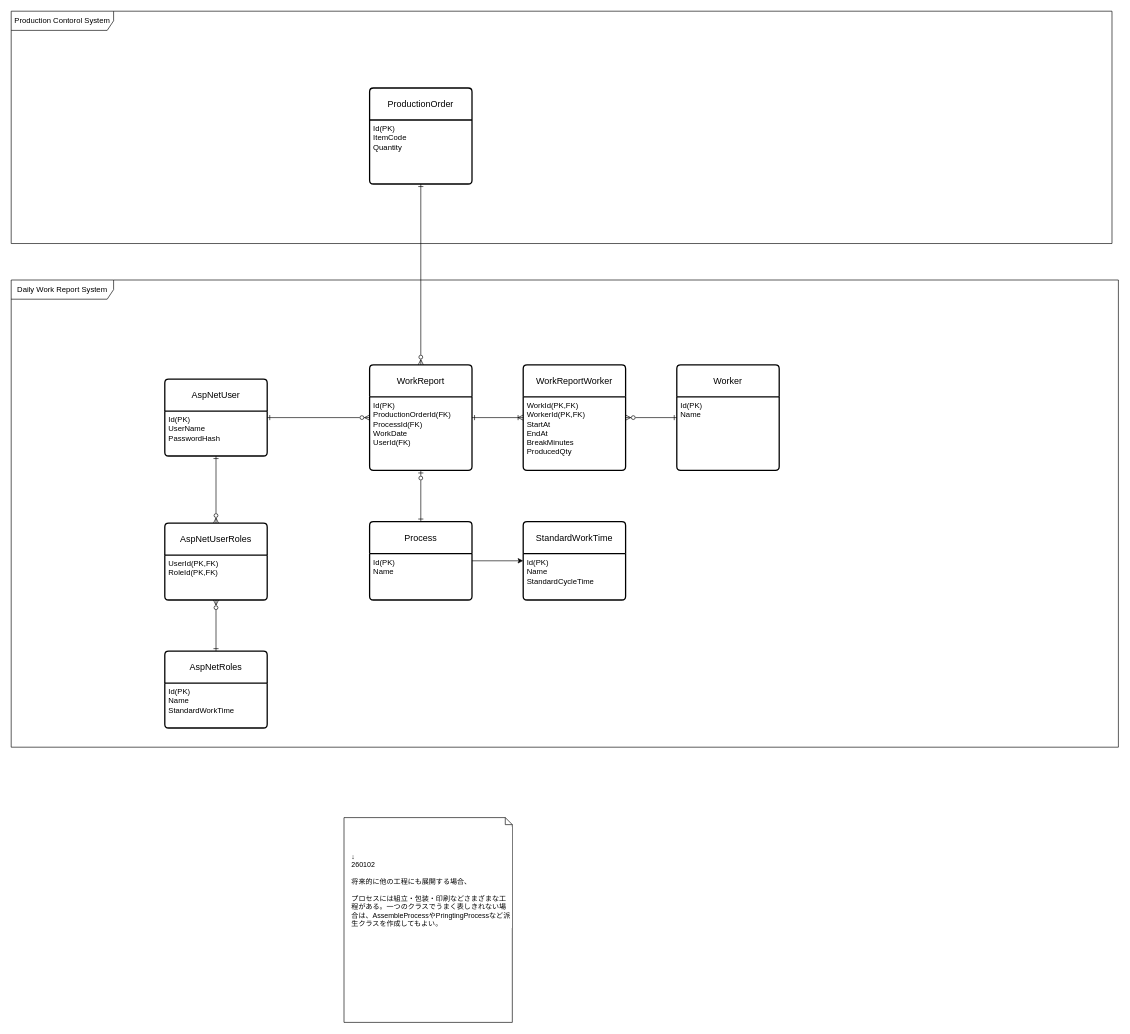
Above: docs/er.drawio in junyatanak/work-report-system (draw.io), before the change. Source tidied: cells renumbered, new cells numbered last; positions are measured from the earlier drawing's top-left corner, leaving out a move shared by most shapes. Both pictures are drawn from the tidied source at 64%, with x=0, y=0 at pixel (11, 11).
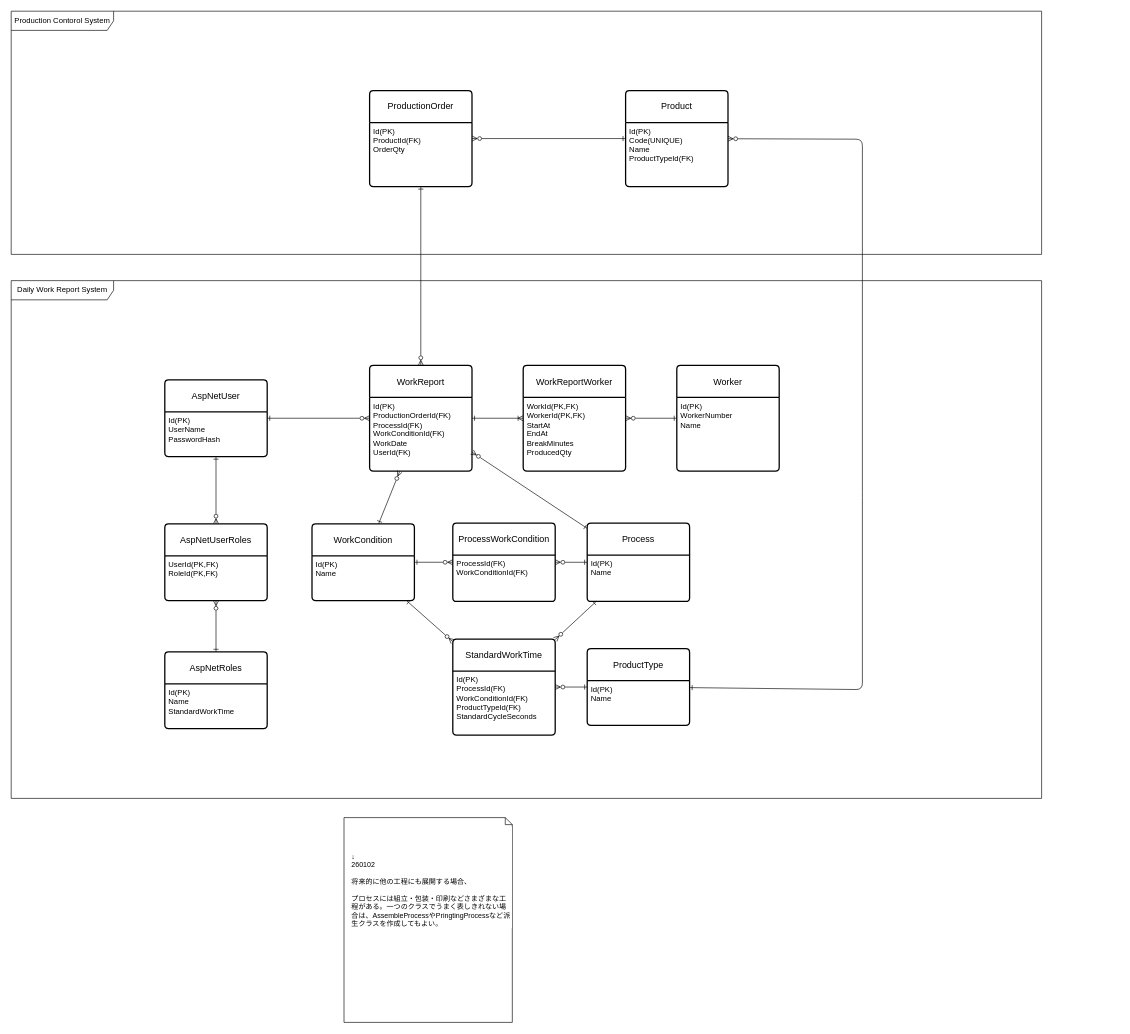
After the change.

Commit message:
editing er diagram

Unchanged cells that the change refers to:
```xml
<mxCell id="14" value="WorkReport" style="swimlane;horizontal=1;startSize=50;rounded=1;fontSize=14;fontStyle=0;strokeWidth=2;shadow=0;dashed=0;align=center;arcSize=4;whiteSpace=wrap;html=1;" parent="2" vertex="1">
  <mxGeometry x="560" y="132.5" width="160" height="165" as="geometry" />
</mxCell>
<mxCell id="19" value="Worker" style="swimlane;horizontal=1;startSize=50;rounded=1;fontSize=14;fontStyle=0;strokeWidth=2;shadow=0;dashed=0;align=center;arcSize=4;whiteSpace=wrap;html=1;" parent="2" vertex="1">
  <mxGeometry x="1040" y="132.5" width="160" height="165" as="geometry" />
</mxCell>
```

The edit, as a diff of the source:
```diff
@@
     <mxCell id="2" value="Daily Work Report System" style="shape=umlFrame;whiteSpace=wrap;html=1;width=160;" parent="1" vertex="1">
-      <mxGeometry y="420" width="1730" height="730" as="geometry" />
+      <mxGeometry y="421" width="1610" height="809" as="geometry" />
     </mxCell>
@@
-    <mxCell id="13" style="edgeStyle=none;shape=connector;rounded=1;html=1;strokeColor=default;align=center;verticalAlign=middle;fontFamily=Helvetica;fontSize=11;fontColor=default;labelBackgroundColor=default;endArrow=ERone;endFill=0;startArrow=ERzeroToOne;startFill=0;" parent="2" edge="1" source="14" target="22">
+    <mxCell id="13" style="edgeStyle=none;shape=connector;rounded=1;html=1;strokeColor=default;align=center;verticalAlign=middle;fontFamily=Helvetica;fontSize=11;fontColor=default;labelBackgroundColor=default;endArrow=ERone;endFill=0;startArrow=ERzeroToMany;startFill=0;" parent="2" edge="1" source="14" target="22">
       <mxGeometry relative="1" as="geometry" />
     </mxCell>
+    <mxCell id="31" style="edgeStyle=none;html=1;endArrow=ERone;endFill=0;startArrow=ERzeroToMany;startFill=0;" parent="2" edge="1" target="34">
+      <mxGeometry relative="1" as="geometry">
+        <mxPoint x="607" y="298" as="sourcePoint" />
+      </mxGeometry>
+    </mxCell>
@@
-    <mxCell id="15" value="Id(PK)&lt;div&gt;&lt;font color=&quot;#000000&quot;&gt;ProductionOrderId(FK)&lt;/font&gt;&lt;/div&gt;&lt;div&gt;&lt;font color=&quot;#000000&quot;&gt;ProcessId(FK)&lt;/font&gt;&lt;/div&gt;&lt;div&gt;&lt;font color=&quot;#000000&quot;&gt;WorkDate&lt;/font&gt;&lt;/div&gt;&lt;div&gt;UserId(FK)&lt;/div&gt;" style="align=left;strokeColor=none;fillColor=none;spacingLeft=4;fontSize=12;verticalAlign=top;html=1;" parent="14" vertex="1">
+    <mxCell id="15" value="Id(PK)&lt;div&gt;&lt;font color=&quot;#000000&quot;&gt;ProductionOrderId(FK)&lt;/font&gt;&lt;/div&gt;&lt;div&gt;&lt;font color=&quot;#000000&quot;&gt;ProcessId(FK)&lt;/font&gt;&lt;/div&gt;&lt;div&gt;&lt;font color=&quot;#000000&quot;&gt;WorkConditionId(FK)&lt;/font&gt;&lt;/div&gt;&lt;div&gt;&lt;font color=&quot;#000000&quot;&gt;WorkDate&lt;/font&gt;&lt;/div&gt;&lt;div&gt;UserId(FK)&lt;/div&gt;" style="align=left;strokeColor=none;fillColor=none;spacingLeft=4;fontSize=12;verticalAlign=top;html=1;" parent="14" vertex="1">
       <mxGeometry y="50" width="160" height="115" as="geometry" />
     </mxCell>
@@
-    <mxCell id="20" value="Id(PK)&lt;div&gt;Name&lt;/div&gt;" style="align=left;strokeColor=none;fillColor=none;spacingLeft=4;fontSize=12;verticalAlign=top;html=1;" parent="19" vertex="1">
+    <mxCell id="20" value="Id(PK)&lt;div&gt;&lt;font color=&quot;#000000&quot;&gt;WorkerNumber&lt;br&gt;&lt;/font&gt;&lt;div&gt;Name&lt;/div&gt;&lt;/div&gt;" style="align=left;strokeColor=none;fillColor=none;spacingLeft=4;fontSize=12;verticalAlign=top;html=1;" parent="19" vertex="1">
       <mxGeometry y="50" width="160" height="115" as="geometry" />
     </mxCell>
-    <mxCell id="21" style="edgeStyle=none;html=1;" parent="2" edge="1" source="22" target="24">
+    <mxCell id="21" style="edgeStyle=none;html=1;endArrow=ERzeroToMany;endFill=0;startArrow=ERone;startFill=0;" parent="2" edge="1" source="34" target="24">
       <mxGeometry relative="1" as="geometry" />
     </mxCell>
+    <mxCell id="32" style="edgeStyle=none;html=1;endArrow=ERzeroToMany;endFill=0;startArrow=ERone;startFill=0;" parent="2" edge="1" source="22" target="36">
+      <mxGeometry relative="1" as="geometry" />
+    </mxCell>
     <mxCell id="22" value="Process" style="swimlane;horizontal=1;startSize=50;rounded=1;fontSize=14;fontStyle=0;strokeWidth=2;shadow=0;dashed=0;align=center;arcSize=4;whiteSpace=wrap;html=1;" parent="2" vertex="1">
-      <mxGeometry x="560" y="377.5" width="160" height="122.5" as="geometry" />
+      <mxGeometry x="900" y="378.8" width="160" height="122.5" as="geometry" />
     </mxCell>
@@
+    <mxCell id="33" style="edgeStyle=none;html=1;endArrow=ERone;endFill=0;startArrow=ERzeroToMany;startFill=0;" parent="2" edge="1" source="24" target="40">
+      <mxGeometry relative="1" as="geometry" />
+    </mxCell>
     <mxCell id="24" value="StandardWorkTime" style="swimlane;horizontal=1;startSize=50;rounded=1;fontSize=14;fontStyle=0;strokeWidth=2;shadow=0;dashed=0;align=center;arcSize=4;whiteSpace=wrap;html=1;" parent="2" vertex="1">
-      <mxGeometry x="800" y="377.5" width="160" height="122.5" as="geometry" />
+      <mxGeometry x="690" y="560" width="160" height="150" as="geometry" />
     </mxCell>
-    <mxCell id="25" value="Id(PK)&lt;div&gt;&lt;font color=&quot;#000000&quot;&gt;Name&lt;/font&gt;&lt;/div&gt;&lt;div&gt;&lt;font color=&quot;#000000&quot;&gt;StandardCycleTime&lt;/font&gt;&lt;/div&gt;" style="align=left;strokeColor=none;fillColor=none;spacingLeft=4;fontSize=12;verticalAlign=top;html=1;" parent="24" vertex="1">
-      <mxGeometry y="50" width="160" height="72.5" as="geometry" />
+    <mxCell id="25" value="Id(PK)&lt;div&gt;ProcessId(FK)&lt;/div&gt;&lt;div&gt;&lt;font color=&quot;#000000&quot;&gt;WorkConditionId(FK)&lt;/font&gt;&lt;/div&gt;&lt;div&gt;&lt;font color=&quot;#000000&quot;&gt;ProductTypeId(FK)&lt;/font&gt;&lt;/div&gt;&lt;div&gt;&lt;font color=&quot;#000000&quot;&gt;StandardCycleSeconds&lt;/font&gt;&lt;/div&gt;" style="align=left;strokeColor=none;fillColor=none;spacingLeft=4;fontSize=12;verticalAlign=top;html=1;" parent="24" vertex="1">
+      <mxGeometry y="50" width="160" height="100" as="geometry" />
     </mxCell>
+    <mxCell id="34" value="WorkCondition" style="swimlane;horizontal=1;startSize=50;rounded=1;fontSize=14;fontStyle=0;strokeWidth=2;shadow=0;dashed=0;align=center;arcSize=4;whiteSpace=wrap;html=1;" parent="2" vertex="1">
+      <mxGeometry x="470" y="380" width="160" height="120" as="geometry" />
+    </mxCell>
+    <mxCell id="35" value="Id(PK)&lt;div&gt;Name&lt;/div&gt;" style="align=left;strokeColor=none;fillColor=none;spacingLeft=4;fontSize=12;verticalAlign=top;html=1;" parent="34" vertex="1">
+      <mxGeometry y="50" width="160" height="70" as="geometry" />
+    </mxCell>
+    <mxCell id="36" value="ProcessWorkCondition" style="swimlane;horizontal=1;startSize=50;rounded=1;fontSize=14;fontStyle=0;strokeWidth=2;shadow=0;dashed=0;align=center;arcSize=4;whiteSpace=wrap;html=1;" parent="2" vertex="1">
+      <mxGeometry x="690" y="378.8" width="160" height="122.5" as="geometry" />
+    </mxCell>
+    <mxCell id="37" value="ProcessId(FK)&lt;div&gt;WorkConditionId(FK)&lt;/div&gt;" style="align=left;strokeColor=none;fillColor=none;spacingLeft=4;fontSize=12;verticalAlign=top;html=1;" parent="36" vertex="1">
+      <mxGeometry y="50" width="160" height="72.5" as="geometry" />
+    </mxCell>
+    <mxCell id="38" style="edgeStyle=none;shape=connector;rounded=1;html=1;strokeColor=default;align=center;verticalAlign=middle;fontFamily=Helvetica;fontSize=11;fontColor=default;labelBackgroundColor=default;endArrow=ERzeroToMany;endFill=0;startArrow=ERone;startFill=0;" parent="2" edge="1" source="34" target="36">
+      <mxGeometry relative="1" as="geometry" />
+    </mxCell>
+    <mxCell id="39" style="edgeStyle=none;html=1;endArrow=ERone;endFill=0;startArrow=ERzeroToMany;startFill=0;" parent="2" edge="1" source="24" target="22">
+      <mxGeometry relative="1" as="geometry" />
+    </mxCell>
+    <mxCell id="40" value="ProductType" style="swimlane;horizontal=1;startSize=50;rounded=1;fontSize=14;fontStyle=0;strokeWidth=2;shadow=0;dashed=0;align=center;arcSize=4;whiteSpace=wrap;html=1;" parent="2" vertex="1">
+      <mxGeometry x="900" y="575" width="160" height="120" as="geometry" />
+    </mxCell>
+    <mxCell id="41" value="Id(PK)&lt;br&gt;&lt;div&gt;Name&lt;/div&gt;" style="align=left;strokeColor=none;fillColor=none;spacingLeft=4;fontSize=12;verticalAlign=top;html=1;" parent="40" vertex="1">
+      <mxGeometry y="50" width="160" height="70" as="geometry" />
+    </mxCell>
     <mxCell id="26" value="Production Contorol System" style="shape=umlFrame;whiteSpace=wrap;html=1;width=160;" parent="1" vertex="1">
-      <mxGeometry width="1720" height="363" as="geometry" />
+      <mxGeometry width="1610" height="380" as="geometry" />
     </mxCell>
+    <mxCell id="42" style="edgeStyle=none;html=1;endArrow=ERone;endFill=0;startArrow=ERzeroToMany;startFill=0;" parent="26" edge="1" source="27" target="43">
+      <mxGeometry relative="1" as="geometry" />
+    </mxCell>
     <mxCell id="27" value="ProductionOrder" style="swimlane;horizontal=1;startSize=50;rounded=1;fontSize=14;fontStyle=0;strokeWidth=2;shadow=0;dashed=0;align=center;arcSize=4;whiteSpace=wrap;html=1;" parent="26" vertex="1">
-      <mxGeometry x="560" y="120" width="160" height="150" as="geometry" />
+      <mxGeometry x="560" y="124" width="160" height="150" as="geometry" />
     </mxCell>
-    <mxCell id="28" value="Id(PK)&lt;div&gt;&lt;font color=&quot;#000000&quot;&gt;ItemCode&lt;/font&gt;&lt;/div&gt;&lt;div&gt;&lt;font color=&quot;#000000&quot;&gt;Quantity&lt;/font&gt;&lt;/div&gt;" style="align=left;strokeColor=none;fillColor=none;spacingLeft=4;fontSize=12;verticalAlign=top;html=1;" parent="27" vertex="1">
+    <mxCell id="28" value="Id(PK)&lt;div&gt;&lt;font color=&quot;#000000&quot;&gt;ProductId(FK)&lt;/font&gt;&lt;/div&gt;&lt;div&gt;&lt;font color=&quot;#000000&quot;&gt;OrderQty&lt;/font&gt;&lt;/div&gt;" style="align=left;strokeColor=none;fillColor=none;spacingLeft=4;fontSize=12;verticalAlign=top;html=1;" parent="27" vertex="1">
       <mxGeometry y="50" width="160" height="100" as="geometry" />
     </mxCell>
+    <mxCell id="43" value="Product" style="swimlane;horizontal=1;startSize=50;rounded=1;fontSize=14;fontStyle=0;strokeWidth=2;shadow=0;dashed=0;align=center;arcSize=4;whiteSpace=wrap;html=1;" parent="26" vertex="1">
+      <mxGeometry x="960" y="124" width="160" height="150" as="geometry" />
+    </mxCell>
+    <mxCell id="44" value="Id(PK)&lt;div&gt;&lt;font color=&quot;#000000&quot;&gt;Code(UNIQUE)&lt;/font&gt;&lt;/div&gt;&lt;div&gt;Name&lt;/div&gt;&lt;div&gt;ProductTypeId(FK)&lt;/div&gt;&lt;div&gt;&lt;br&gt;&lt;/div&gt;" style="align=left;strokeColor=none;fillColor=none;spacingLeft=4;fontSize=12;verticalAlign=top;html=1;" parent="43" vertex="1">
+      <mxGeometry y="50" width="160" height="100" as="geometry" />
+    </mxCell>
@@
+    <mxCell id="45" style="edgeStyle=none;html=1;endArrow=ERone;endFill=0;startArrow=ERzeroToMany;startFill=0;" parent="1" edge="1" source="43" target="40">
+      <mxGeometry relative="1" as="geometry">
+        <Array as="points">
+          <mxPoint x="1330" y="200" />
+          <mxPoint x="1330" y="760" />
+          <mxPoint x="1330" y="1060" />
+        </Array>
+      </mxGeometry>
+    </mxCell>
```
